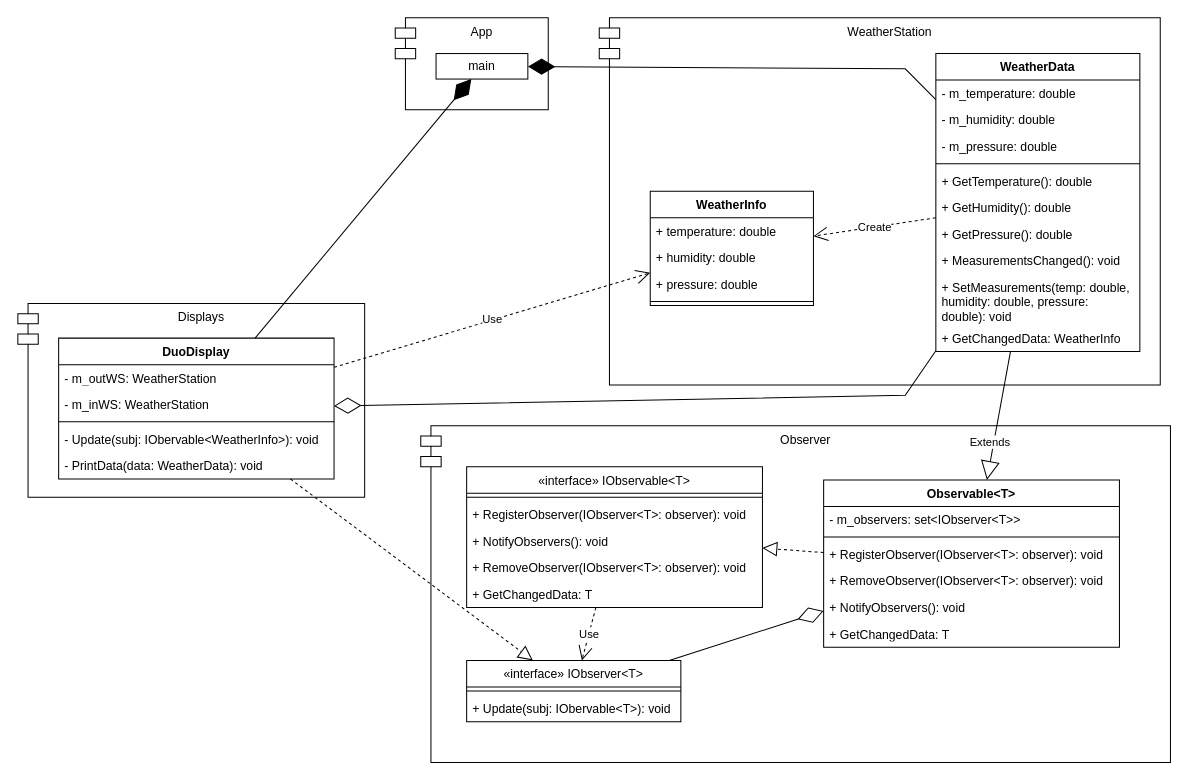
The draw.io diagram lw2/WeatherStationDuo.drawio in ProstP/OOD, before the edit. Source tidied: cells renumbered, new cells numbered last; positions are measured from the earlier drawing's top-left corner, leaving out a move shared by most shapes. Both pictures are drawn from the tidied source at 102%, with x=0, y=0 at pixel (17, 17).
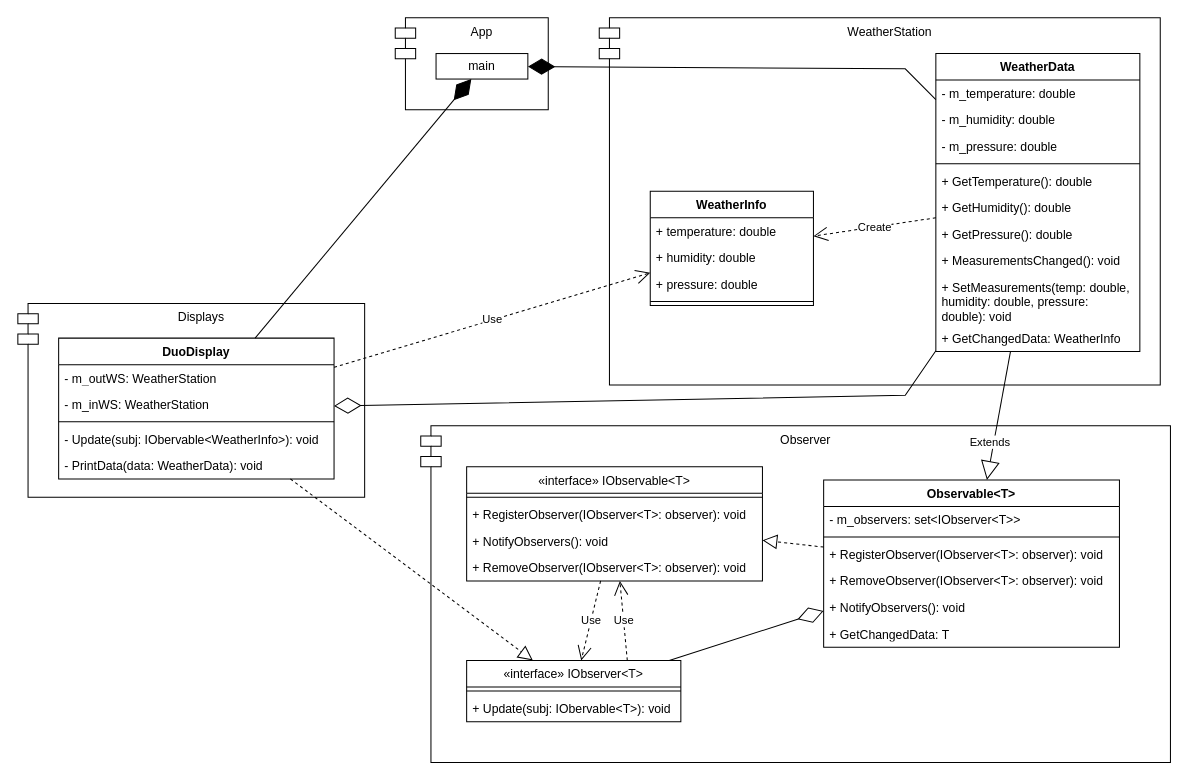
After the change.

Commit message:
Lw2-4 Дополнил связи в диаграмме

Unchanged cells that the change refers to:
```xml
<mxCell id="23" value="&lt;span style=&quot;font-weight: 400;&quot;&gt;«interface» IObserver&amp;lt;T&amp;gt;&lt;/span&gt;" style="swimlane;fontStyle=1;align=center;verticalAlign=top;horizontal=1;startSize=26;whiteSpace=wrap;html=1;" parent="1" vertex="1">
  <mxGeometry x="440" y="630" width="210" height="60" as="geometry" />
</mxCell>
```

What changed in the source:
```diff
@@
     <mxCell id="26" value="&lt;span style=&quot;font-weight: 400;&quot;&gt;«interface» IObservable&amp;lt;T&amp;gt;&lt;/span&gt;" style="swimlane;fontStyle=1;align=center;verticalAlign=top;horizontal=1;startSize=26;whiteSpace=wrap;html=1;" parent="1" vertex="1">
-      <mxGeometry x="440" y="440" width="290" height="138" as="geometry" />
+      <mxGeometry x="440" y="440" width="290" height="112" as="geometry" />
     </mxCell>
@@
-    <mxCell id="31" value="+ GetChangedData: T" style="text;strokeColor=none;fillColor=none;align=left;verticalAlign=top;spacingLeft=4;spacingRight=4;overflow=hidden;whiteSpace=wrap;html=1;" parent="26" vertex="1">
-      <mxGeometry y="112" width="290" height="26" as="geometry" />
-    </mxCell>
@@
+    <mxCell id="55" value="Use" style="endArrow=open;endSize=12;dashed=1;html=1;rounded=0;exitX=0.75;exitY=0;exitDx=0;exitDy=0;" parent="1" edge="1" source="23" target="26">
+      <mxGeometry relative="1" as="geometry" />
+    </mxCell>
```
